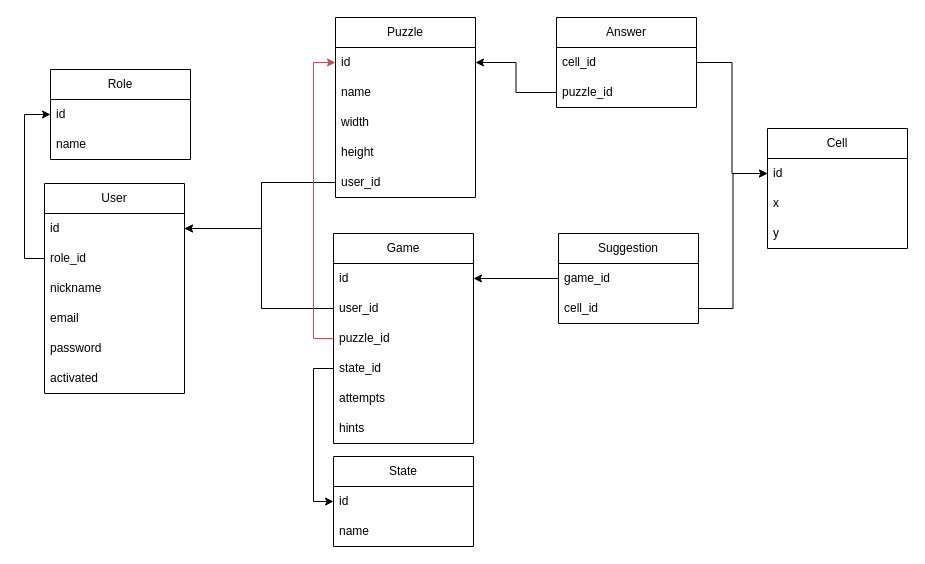
Earlier version of the draw.io diagram db_diagram.drawio (AndrewLozychenko27/Demo-Nonogram). Source tidied: cells renumbered, new cells numbered last; positions are measured from the earlier drawing's top-left corner, leaving out a move shared by most shapes. Both pictures are drawn from the tidied source at 100%, with x=0, y=0 at pixel (44, 17).
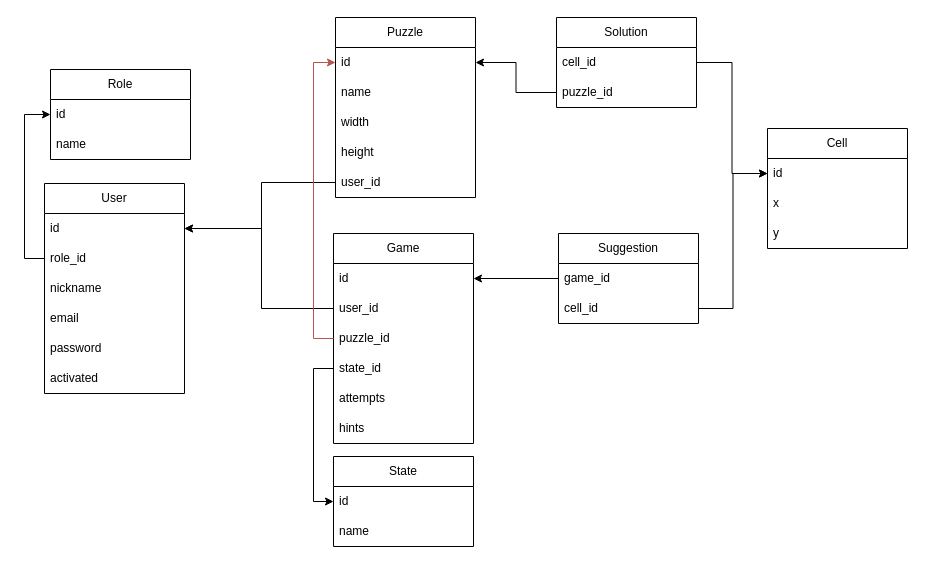
The same page after the edit.

Commit message:
ERD: Changed table name

What changed in the source:
```diff
@@
-    <mxCell id="20" value="Answer" style="swimlane;fontStyle=0;horizontal=1;startSize=30;whiteSpace=wrap;html=1;" parent="1" vertex="1">
+    <mxCell id="20" value="Solution" style="swimlane;fontStyle=0;horizontal=1;startSize=30;whiteSpace=wrap;html=1;" parent="1" vertex="1">
       <mxGeometry x="512" width="140" height="90" as="geometry" />
     </mxCell>
```
